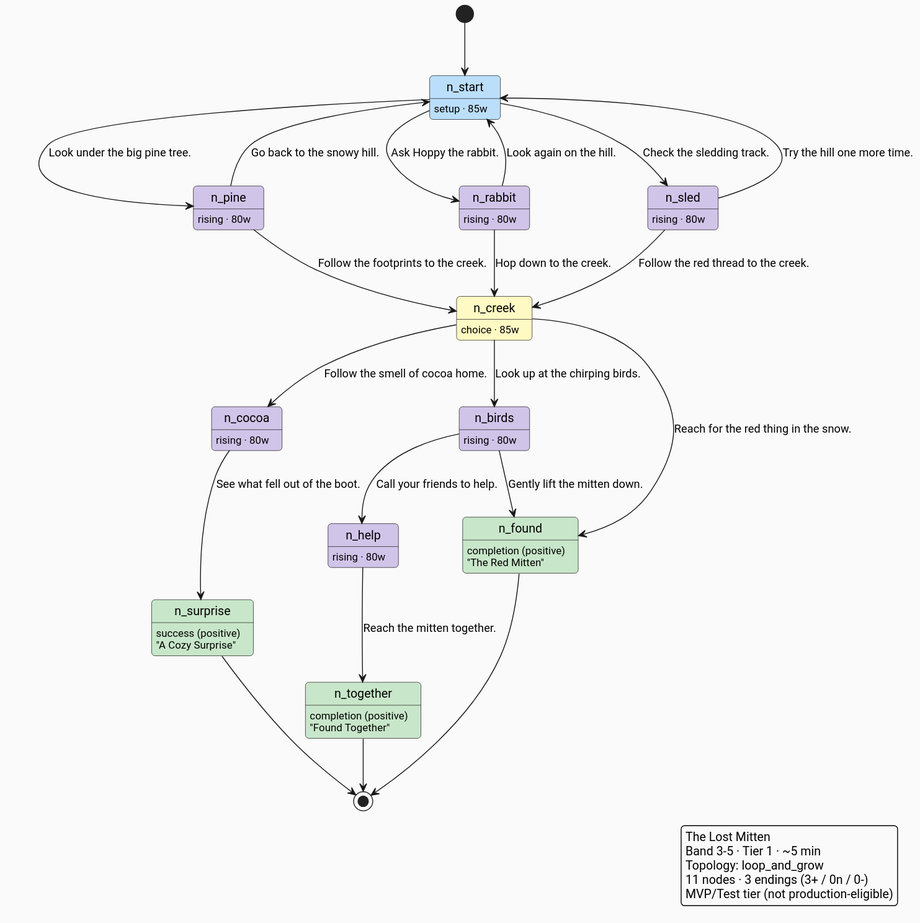
Earlier version of the PlantUML export docs/architecture/diagrams/skeletons/3-5/the-lost-mitten.svg (ByronWilliamsCPA/cyo-adventure). Source of this version:
```plantuml
@startuml
skinparam defaultFontName "Roboto"
skinparam backgroundColor #FAFAFA
skinparam roundCorner 8
hide empty description

[*] --> n_start
state n_start #BBDEFB
n_start : setup · 85w
state n_pine #D1C4E9
n_pine : rising · 80w
state n_rabbit #D1C4E9
n_rabbit : rising · 80w
state n_sled #D1C4E9
n_sled : rising · 80w
state n_creek #FFF9C4
n_creek : choice · 85w
state n_birds #D1C4E9
n_birds : rising · 80w
state n_help #D1C4E9
n_help : rising · 80w
state n_cocoa #D1C4E9
n_cocoa : rising · 80w
state n_found #C8E6C9
n_found : completion (positive)
n_found : "The Red Mitten"
state n_together #C8E6C9
n_together : completion (positive)
n_together : "Found Together"
state n_surprise #C8E6C9
n_surprise : success (positive)
n_surprise : "A Cozy Surprise"
n_start --> n_pine : Look under the big pine tree.
n_start --> n_rabbit : Ask Hoppy the rabbit.
n_start --> n_sled : Check the sledding track.
n_pine --> n_creek : Follow the footprints to the creek.
n_pine --> n_start : Go back to the snowy hill.
n_rabbit --> n_creek : Hop down to the creek.
n_rabbit --> n_start : Look again on the hill.
n_sled --> n_creek : Follow the red thread to the creek.
n_sled --> n_start : Try the hill one more time.
n_creek --> n_found : Reach for the red thing in the snow.
n_creek --> n_birds : Look up at the chirping birds.
n_creek --> n_cocoa : Follow the smell of cocoa home.
n_birds --> n_found : Gently lift the mitten down.
n_birds --> n_help : Call your friends to help.
n_help --> n_together : Reach the mitten together.
n_cocoa --> n_surprise : See what fell out of the boot.
n_found --> [*]
n_together --> [*]
n_surprise --> [*]

legend right
  The Lost Mitten
  Band 3-5 · Tier 1 · ~5 min
  Topology: loop_and_grow
  11 nodes · 3 endings (3+ / 0n / 0-)
  MVP/Test tier (not production-eligible)
endlegend
@enduml
```
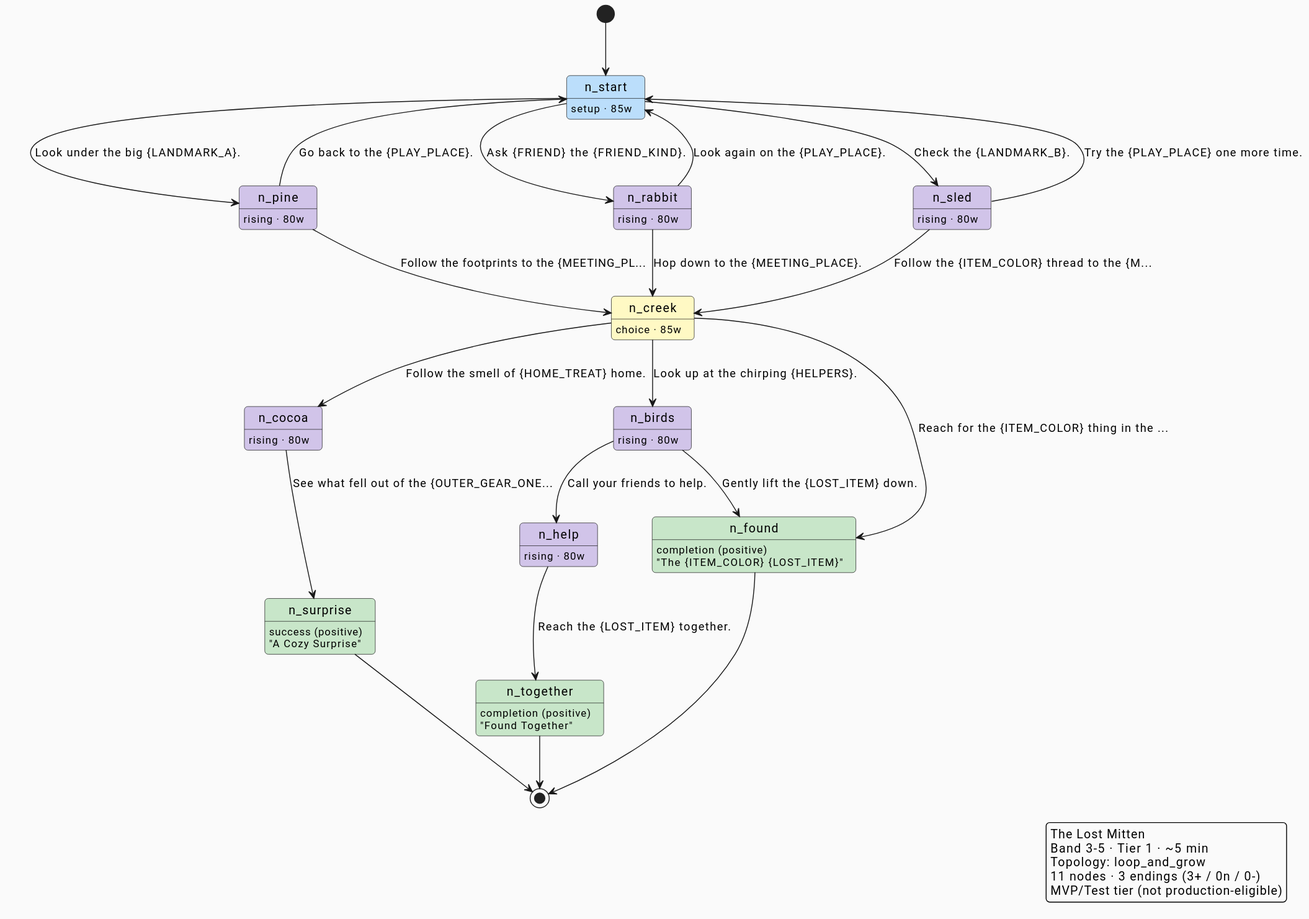
The same diagram one commit later.

The edit, as a diff of the source:
```diff
@@ -23,29 +23,29 @@
 n_cocoa : rising · 80w
 state n_found #C8E6C9
 n_found : completion (positive)
-n_found : "The Red Mitten"
+n_found : "The {ITEM_COLOR} {LOST_ITEM}"
 state n_together #C8E6C9
 n_together : completion (positive)
 n_together : "Found Together"
 state n_surprise #C8E6C9
 n_surprise : success (positive)
 n_surprise : "A Cozy Surprise"
-n_start --> n_pine : Look under the big pine tree.
-n_start --> n_rabbit : Ask Hoppy the rabbit.
-n_start --> n_sled : Check the sledding track.
-n_pine --> n_creek : Follow the footprints to the creek.
-n_pine --> n_start : Go back to the snowy hill.
-n_rabbit --> n_creek : Hop down to the creek.
-n_rabbit --> n_start : Look again on the hill.
-n_sled --> n_creek : Follow the red thread to the creek.
-n_sled --> n_start : Try the hill one more time.
-n_creek --> n_found : Reach for the red thing in the snow.
-n_creek --> n_birds : Look up at the chirping birds.
-n_creek --> n_cocoa : Follow the smell of cocoa home.
-n_birds --> n_found : Gently lift the mitten down.
+n_start --> n_pine : Look under the big {LANDMARK_A}.
+n_start --> n_rabbit : Ask {FRIEND} the {FRIEND_KIND}.
+n_start --> n_sled : Check the {LANDMARK_B}.
+n_pine --> n_creek : Follow the footprints to the {MEETING_PL...
+n_pine --> n_start : Go back to the {PLAY_PLACE}.
+n_rabbit --> n_creek : Hop down to the {MEETING_PLACE}.
+n_rabbit --> n_start : Look again on the {PLAY_PLACE}.
+n_sled --> n_creek : Follow the {ITEM_COLOR} thread to the {M...
+n_sled --> n_start : Try the {PLAY_PLACE} one more time.
+n_creek --> n_found : Reach for the {ITEM_COLOR} thing in the ...
+n_creek --> n_birds : Look up at the chirping {HELPERS}.
+n_creek --> n_cocoa : Follow the smell of {HOME_TREAT} home.
+n_birds --> n_found : Gently lift the {LOST_ITEM} down.
 n_birds --> n_help : Call your friends to help.
-n_help --> n_together : Reach the mitten together.
-n_cocoa --> n_surprise : See what fell out of the boot.
+n_help --> n_together : Reach the {LOST_ITEM} together.
+n_cocoa --> n_surprise : See what fell out of the {OUTER_GEAR_ONE...
 n_found --> [*]
 n_together --> [*]
 n_surprise --> [*]
```
